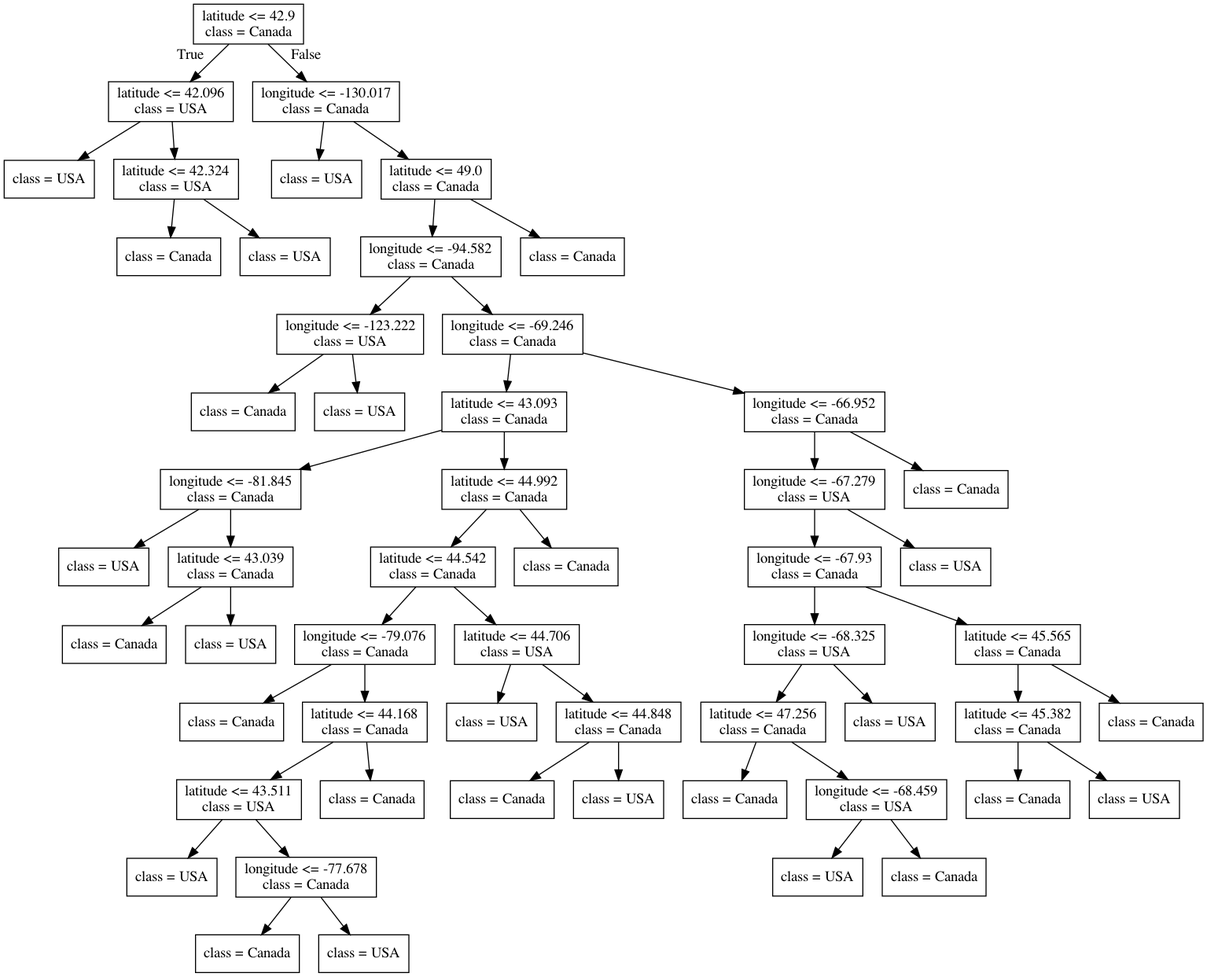
This is lectures/Source.gv.png from bait509-ubc/BAIT509, a Graphviz export, as it was before one commit. Its source is kept beside it as lectures/Source.gv.
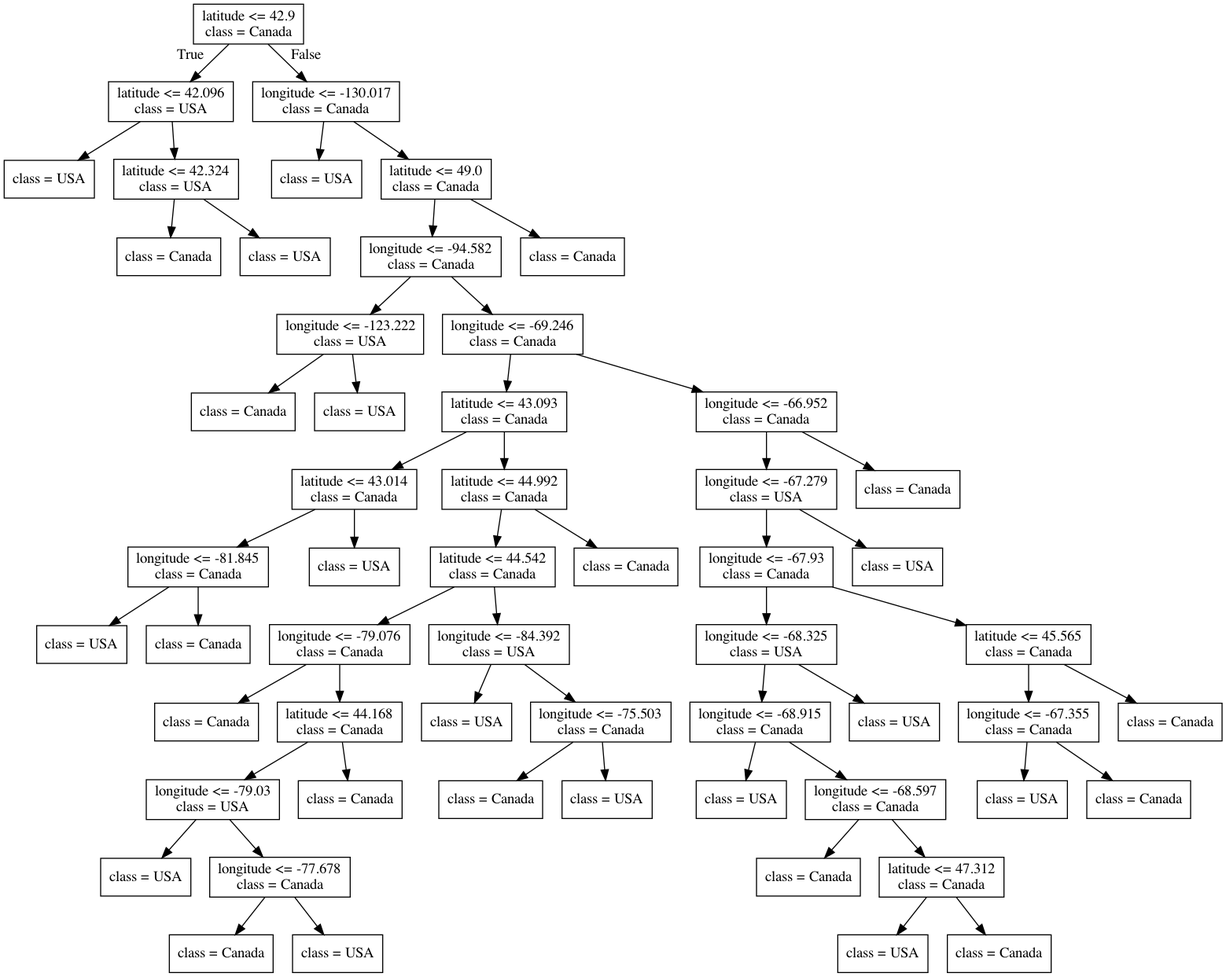
Above is the later version.

Change to the diagram source:
```diff
@@ -29,16 +29,16 @@
 9 -> 13 ;
 14 [label="latitude <= 43.093\nclass = Canada"] ;
 13 -> 14 ;
-15 [label="longitude <= -81.845\nclass = Canada"] ;
+15 [label="latitude <= 43.014\nclass = Canada"] ;
 14 -> 15 ;
-16 [label="class = USA"] ;
+16 [label="longitude <= -81.845\nclass = Canada"] ;
 15 -> 16 ;
-17 [label="latitude <= 43.039\nclass = Canada"] ;
-15 -> 17 ;
+17 [label="class = USA"] ;
+16 -> 17 ;
 18 [label="class = Canada"] ;
-17 -> 18 ;
+16 -> 18 ;
 19 [label="class = USA"] ;
-17 -> 19 ;
+15 -> 19 ;
 20 [label="latitude <= 44.992\nclass = Canada"] ;
 14 -> 20 ;
 21 [label="latitude <= 44.542\nclass = Canada"] ;
@@ -49,7 +49,7 @@
 22 -> 23 ;
 24 [label="latitude <= 44.168\nclass = Canada"] ;
 22 -> 24 ;
-25 [label="latitude <= 43.511\nclass = USA"] ;
+25 [label="longitude <= -79.03\nclass = USA"] ;
 24 -> 25 ;
 26 [label="class = USA"] ;
 25 -> 26 ;
@@ -61,11 +61,11 @@
 27 -> 29 ;
 30 [label="class = Canada"] ;
 24 -> 30 ;
-31 [label="latitude <= 44.706\nclass = USA"] ;
+31 [label="longitude <= -84.392\nclass = USA"] ;
 21 -> 31 ;
 32 [label="class = USA"] ;
 31 -> 32 ;
-33 [label="latitude <= 44.848\nclass = Canada"] ;
+33 [label="longitude <= -75.503\nclass = Canada"] ;
 31 -> 33 ;
 34 [label="class = Canada"] ;
 33 -> 34 ;
@@ -81,32 +81,36 @@
 38 -> 39 ;
 40 [label="longitude <= -68.325\nclass = USA"] ;
 39 -> 40 ;
-41 [label="latitude <= 47.256\nclass = Canada"] ;
+41 [label="longitude <= -68.915\nclass = Canada"] ;
 40 -> 41 ;
-42 [label="class = Canada"] ;
+42 [label="class = USA"] ;
 41 -> 42 ;
-43 [label="longitude <= -68.459\nclass = USA"] ;
+43 [label="longitude <= -68.597\nclass = Canada"] ;
 41 -> 43 ;
-44 [label="class = USA"] ;
+44 [label="class = Canada"] ;
 43 -> 44 ;
-45 [label="class = Canada"] ;
+45 [label="latitude <= 47.312\nclass = Canada"] ;
 43 -> 45 ;
 46 [label="class = USA"] ;
-40 -> 46 ;
-47 [label="latitude <= 45.565\nclass = Canada"] ;
-39 -> 47 ;
-48 [label="latitude <= 45.382\nclass = Canada"] ;
-47 -> 48 ;
-49 [label="class = Canada"] ;
-48 -> 49 ;
-50 [label="class = USA"] ;
-48 -> 50 ;
-51 [label="class = Canada"] ;
-47 -> 51 ;
-52 [label="class = USA"] ;
-38 -> 52 ;
+45 -> 46 ;
+47 [label="class = Canada"] ;
+45 -> 47 ;
+48 [label="class = USA"] ;
+40 -> 48 ;
+49 [label="latitude <= 45.565\nclass = Canada"] ;
+39 -> 49 ;
+50 [label="longitude <= -67.355\nclass = Canada"] ;
+49 -> 50 ;
+51 [label="class = USA"] ;
+50 -> 51 ;
+52 [label="class = Canada"] ;
+50 -> 52 ;
 53 [label="class = Canada"] ;
-37 -> 53 ;
-54 [label="class = Canada"] ;
-8 -> 54 ;
+49 -> 53 ;
+54 [label="class = USA"] ;
+38 -> 54 ;
+55 [label="class = Canada"] ;
+37 -> 55 ;
+56 [label="class = Canada"] ;
+8 -> 56 ;
 }
```
